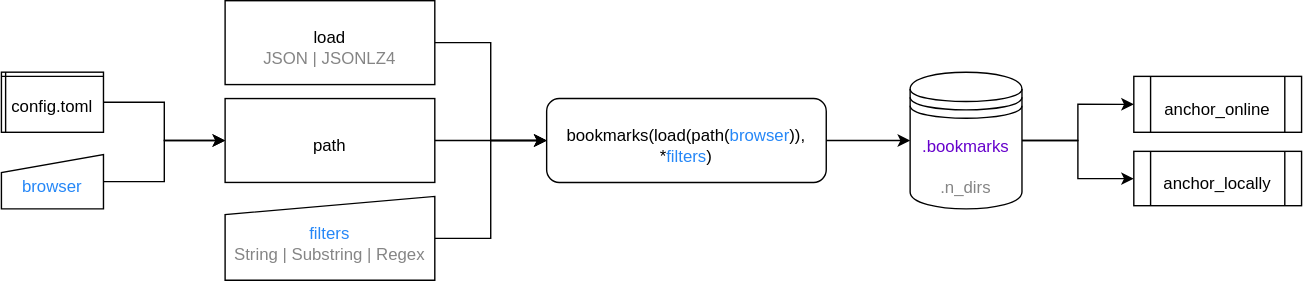
Before: docs/anchorage_flow.svg, a diagram exported from draw.io (alopezrivera/anchorage). Source tidied: cells renumbered, new cells last; positions are measured from the earlier drawing's top-left corner, leaving out a move shared by most shapes. Source of this version:
```xml
<mxGraphModel>
  <root>
    <mxCell id="0" />
    <mxCell id="1" parent="0" />
    <mxCell id="2" style="edgeStyle=orthogonalEdgeStyle;rounded=0;jettySize=auto;html=1;exitX=1;exitY=0.5;exitDx=0;exitDy=0;entryX=0;entryY=0.5;entryDx=0;entryDy=0;" parent="1" edge="1" source="3" target="16">
      <mxGeometry relative="1" as="geometry" />
    </mxCell>
    <mxCell id="3" value="bookmarks(load(path(&lt;font color=&quot;#2587f7&quot;&gt;browser&lt;/font&gt;)),&lt;br&gt;*&lt;font color=&quot;#2587f7&quot;&gt;filters&lt;/font&gt;)" style="rounded=1;whiteSpace=wrap;html=1;align=center;spacingTop=7;" parent="1" vertex="1">
      <mxGeometry x="390" y="70" width="200" height="60" as="geometry" />
    </mxCell>
    <mxCell id="4" style="edgeStyle=orthogonalEdgeStyle;rounded=0;jettySize=auto;html=1;exitX=1;exitY=0.5;exitDx=0;exitDy=0;entryX=0;entryY=0.5;entryDx=0;entryDy=0;" parent="1" edge="1" source="5" target="3">
      <mxGeometry relative="1" as="geometry" />
    </mxCell>
    <mxCell id="5" value="load&lt;br&gt;&lt;font color=&quot;#858585&quot;&gt;JSON | JSONLZ4&lt;/font&gt;" style="rounded=0;whiteSpace=wrap;html=1;spacingTop=7;" parent="1" vertex="1">
      <mxGeometry x="160" width="150" height="60" as="geometry" />
    </mxCell>
    <mxCell id="6" style="edgeStyle=orthogonalEdgeStyle;rounded=0;jettySize=auto;html=1;exitX=1;exitY=0.5;exitDx=0;exitDy=0;entryX=0;entryY=0.5;entryDx=0;entryDy=0;" parent="1" edge="1" source="7" target="3">
      <mxGeometry relative="1" as="geometry" />
    </mxCell>
    <mxCell id="7" value="path" style="rounded=0;whiteSpace=wrap;html=1;spacingTop=7;" parent="1" vertex="1">
      <mxGeometry x="160" y="70" width="150" height="60" as="geometry" />
    </mxCell>
    <mxCell id="8" style="edgeStyle=orthogonalEdgeStyle;rounded=0;jettySize=auto;html=1;exitX=1;exitY=0.5;exitDx=0;exitDy=0;entryX=0;entryY=0.5;entryDx=0;entryDy=0;" parent="1" edge="1" source="9" target="7">
      <mxGeometry relative="1" as="geometry" />
    </mxCell>
    <mxCell id="9" value="&lt;font color=&quot;#2587f7&quot;&gt;browser&lt;/font&gt;" style="shape=manualInput;whiteSpace=wrap;html=1;size=13;spacingTop=7;" parent="1" vertex="1">
      <mxGeometry y="110" width="73" height="38.9" as="geometry" />
    </mxCell>
    <mxCell id="10" style="edgeStyle=orthogonalEdgeStyle;rounded=0;jettySize=auto;html=1;exitX=1;exitY=0.5;exitDx=0;exitDy=0;entryX=0;entryY=0.5;entryDx=0;entryDy=0;" parent="1" edge="1" source="11" target="7">
      <mxGeometry relative="1" as="geometry" />
    </mxCell>
    <mxCell id="11" value="config.toml" style="shape=internalStorage;whiteSpace=wrap;html=1;backgroundOutline=1;dx=3;dy=3;align=center;spacingTop=7;" parent="1" vertex="1">
      <mxGeometry y="51.1" width="73" height="43" as="geometry" />
    </mxCell>
    <mxCell id="12" style="edgeStyle=orthogonalEdgeStyle;rounded=0;jettySize=auto;html=1;exitX=1;exitY=0.5;exitDx=0;exitDy=0;entryX=0;entryY=0.5;entryDx=0;entryDy=0;" parent="1" edge="1" source="13" target="3">
      <mxGeometry relative="1" as="geometry" />
    </mxCell>
    <mxCell id="13" value="&lt;span style=&quot;color: rgba(0 , 0 , 0 , 0) ; font-family: monospace ; font-size: 0px&quot;&gt;%3CmxGraphModel%3E%3Croot%3E%3CmxCell%20id%3D%220%22%2F%3E%3CmxCell%20id%3D%221%22%20parent%3D%220%22%2F%3E%3CmxCell%20id%3D%222%22%20value%3D%22%26lt%3Bfont%20color%3D%26quot%3B%232587f7%26quot%3B%26gt%3Bbrowser%26lt%3B%2Ffont%26gt%3B%22%20style%3D%22shape%3DmanualInput%3BwhiteSpace%3Dwrap%3Bhtml%3D1%3Bsize%3D13%3B%22%20vertex%3D%221%22%20parent%3D%221%22%3E%3CmxGeometry%20x%3D%2290%22%20y%3D%22313%22%20width%3D%2273%22%20height%3D%2250%22%20as%3D%22geometry%22%2F%3E%3C%2FmxCell%3E%3C%2Froot%3E%3C%2FmxGraphModel%&lt;/span&gt;&lt;font color=&quot;#2587f7&quot;&gt;&lt;span style=&quot;font-family: monospace ; font-size: 0px&quot;&gt;3E&lt;/span&gt;filters&lt;/font&gt;&lt;br&gt;&lt;font color=&quot;#858585&quot;&gt;String | Substring | Regex&lt;/font&gt;" style="shape=manualInput;whiteSpace=wrap;html=1;size=13;spacingTop=7;" parent="1" vertex="1">
      <mxGeometry x="160" y="140" width="150" height="60" as="geometry" />
    </mxCell>
    <mxCell id="14" style="edgeStyle=orthogonalEdgeStyle;rounded=0;jettySize=auto;html=1;exitX=1;exitY=0.5;exitDx=0;exitDy=0;" parent="1" edge="1" source="16" target="17">
      <mxGeometry relative="1" as="geometry" />
    </mxCell>
    <mxCell id="15" style="edgeStyle=orthogonalEdgeStyle;rounded=0;jettySize=auto;html=1;exitX=1;exitY=0.5;exitDx=0;exitDy=0;entryX=0;entryY=0.5;entryDx=0;entryDy=0;" parent="1" edge="1" source="16" target="18">
      <mxGeometry relative="1" as="geometry" />
    </mxCell>
    <mxCell id="16" value="&lt;font color=&quot;#6600cc&quot;&gt;.bookmarks&lt;/font&gt;&lt;br&gt;&lt;br&gt;&lt;font color=&quot;#858585&quot;&gt;.n_dirs&lt;/font&gt;" style="shape=datastore;whiteSpace=wrap;html=1;align=center;spacingTop=7;" parent="1" vertex="1">
      <mxGeometry x="650" y="51.1" width="80" height="97.8" as="geometry" />
    </mxCell>
    <mxCell id="17" value="anchor_locally" style="shape=process;whiteSpace=wrap;html=1;backgroundOutline=1;spacingTop=7;" parent="1" vertex="1">
      <mxGeometry x="810" y="107.8" width="120" height="38.9" as="geometry" />
    </mxCell>
    <mxCell id="18" value="anchor_online" style="shape=process;whiteSpace=wrap;html=1;backgroundOutline=1;spacingTop=7;" parent="1" vertex="1">
      <mxGeometry x="810" y="54.1" width="120" height="40" as="geometry" />
    </mxCell>
  </root>
</mxGraphModel>
```
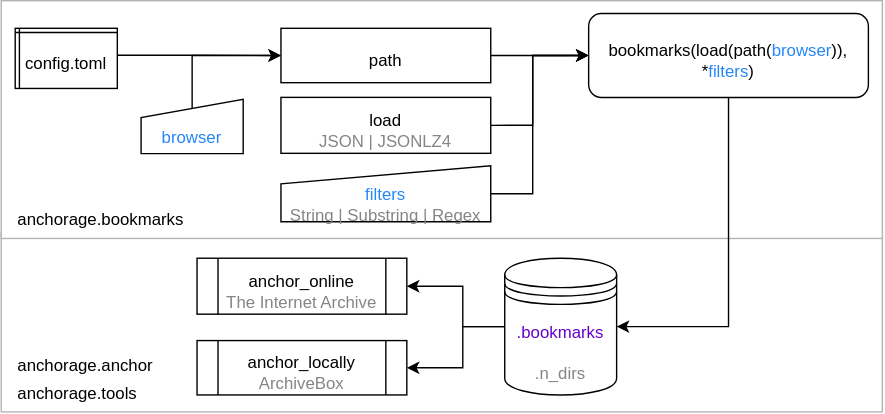
The same file after the commit.

What changed in the source:
```diff
@@ -2,56 +2,100 @@
   <root>
     <mxCell id="0" />
     <mxCell id="1" parent="0" />
+    <mxCell id="19" style="rounded=0;whiteSpace=wrap;html=1;fontColor=#828282;align=left;strokeColor=#B3B3B3;" parent="1" vertex="1">
+      <mxGeometry x="-60" y="148" width="630" height="128" as="geometry" />
+    </mxCell>
+    <mxCell id="20" style="rounded=0;whiteSpace=wrap;html=1;fontColor=#828282;align=left;strokeColor=#B3B3B3;" parent="1" vertex="1">
+      <mxGeometry x="-60" y="-18" width="630" height="170" as="geometry" />
+    </mxCell>
-    <mxCell id="2" style="edgeStyle=orthogonalEdgeStyle;rounded=0;jettySize=auto;html=1;exitX=1;exitY=0.5;exitDx=0;exitDy=0;entryX=0;entryY=0.5;entryDx=0;entryDy=0;" parent="1" edge="1" source="3" target="16">
+    <mxCell id="2" style="edgeStyle=orthogonalEdgeStyle;rounded=0;jettySize=auto;html=1;exitX=0.5;exitY=1;exitDx=0;exitDy=0;entryX=1;entryY=0.5;entryDx=0;entryDy=0;fontColor=#828282;" parent="1" edge="1" source="3" target="16">
       <mxGeometry relative="1" as="geometry" />
     </mxCell>
     <mxCell id="3" value="bookmarks(load(path(&lt;font color=&quot;#2587f7&quot;&gt;browser&lt;/font&gt;)),&lt;br&gt;*&lt;font color=&quot;#2587f7&quot;&gt;filters&lt;/font&gt;)" style="rounded=1;whiteSpace=wrap;html=1;align=center;spacingTop=7;" parent="1" vertex="1">
-      <mxGeometry x="390" y="70" width="200" height="60" as="geometry" />
+      <mxGeometry x="360" y="-8.8" width="200" height="60" as="geometry" />
     </mxCell>
     <mxCell id="4" style="edgeStyle=orthogonalEdgeStyle;rounded=0;jettySize=auto;html=1;exitX=1;exitY=0.5;exitDx=0;exitDy=0;entryX=0;entryY=0.5;entryDx=0;entryDy=0;" parent="1" edge="1" source="5" target="3">
-      <mxGeometry relative="1" as="geometry" />
+      <mxGeometry relative="1" as="geometry">
+        <Array as="points">
+          <mxPoint x="320" y="71" />
+          <mxPoint x="320" y="21" />
+        </Array>
+      </mxGeometry>
     </mxCell>
     <mxCell id="5" value="load&lt;br&gt;&lt;font color=&quot;#858585&quot;&gt;JSON | JSONLZ4&lt;/font&gt;" style="rounded=0;whiteSpace=wrap;html=1;spacingTop=7;" parent="1" vertex="1">
-      <mxGeometry x="160" width="150" height="60" as="geometry" />
+      <mxGeometry x="140" y="51.1" width="150" height="40" as="geometry" />
     </mxCell>
     <mxCell id="6" style="edgeStyle=orthogonalEdgeStyle;rounded=0;jettySize=auto;html=1;exitX=1;exitY=0.5;exitDx=0;exitDy=0;entryX=0;entryY=0.5;entryDx=0;entryDy=0;" parent="1" edge="1" source="7" target="3">
       <mxGeometry relative="1" as="geometry" />
     </mxCell>
     <mxCell id="7" value="path" style="rounded=0;whiteSpace=wrap;html=1;spacingTop=7;" parent="1" vertex="1">
-      <mxGeometry x="160" y="70" width="150" height="60" as="geometry" />
+      <mxGeometry x="140" y="1.7" width="150" height="38.9" as="geometry" />
     </mxCell>
-    <mxCell id="8" style="edgeStyle=orthogonalEdgeStyle;rounded=0;jettySize=auto;html=1;exitX=1;exitY=0.5;exitDx=0;exitDy=0;entryX=0;entryY=0.5;entryDx=0;entryDy=0;" parent="1" edge="1" source="9" target="7">
-      <mxGeometry relative="1" as="geometry" />
+    <mxCell id="8" style="edgeStyle=orthogonalEdgeStyle;rounded=0;jettySize=auto;html=1;exitX=0.5;exitY=1;exitDx=0;exitDy=0;entryX=0;entryY=0.5;entryDx=0;entryDy=0;" parent="1" edge="1" source="9" target="7">
+      <mxGeometry relative="1" as="geometry">
+        <Array as="points">
+          <mxPoint x="77" y="21" />
+        </Array>
+      </mxGeometry>
     </mxCell>
-    <mxCell id="9" value="&lt;font color=&quot;#2587f7&quot;&gt;browser&lt;/font&gt;" style="shape=manualInput;whiteSpace=wrap;html=1;size=13;spacingTop=7;" parent="1" vertex="1">
-      <mxGeometry y="110" width="73" height="38.9" as="geometry" />
+    <mxCell id="9" value="&lt;font color=&quot;#2587f7&quot;&gt;browser&lt;/font&gt;" style="shape=manualInput;whiteSpace=wrap;html=1;size=13;spacingTop=16;" parent="1" vertex="1">
+      <mxGeometry x="40" y="52.5" width="73" height="38.9" as="geometry" />
     </mxCell>
-    <mxCell id="10" style="edgeStyle=orthogonalEdgeStyle;rounded=0;jettySize=auto;html=1;exitX=1;exitY=0.5;exitDx=0;exitDy=0;entryX=0;entryY=0.5;entryDx=0;entryDy=0;" parent="1" edge="1" source="11" target="7">
-      <mxGeometry relative="1" as="geometry" />
+    <mxCell id="10" style="edgeStyle=orthogonalEdgeStyle;rounded=0;jettySize=auto;html=1;exitX=1;exitY=0.5;exitDx=0;exitDy=0;entryX=0;entryY=0.5;entryDx=0;entryDy=0;fontColor=#828282;" parent="1" edge="1" source="11" target="7">
+      <mxGeometry relative="1" as="geometry">
+        <Array as="points">
+          <mxPoint x="23" y="21" />
+          <mxPoint x="82" y="21" />
+        </Array>
+      </mxGeometry>
     </mxCell>
     <mxCell id="11" value="config.toml" style="shape=internalStorage;whiteSpace=wrap;html=1;backgroundOutline=1;dx=3;dy=3;align=center;spacingTop=7;" parent="1" vertex="1">
-      <mxGeometry y="51.1" width="73" height="43" as="geometry" />
+      <mxGeometry x="-50" y="1.7" width="73" height="43" as="geometry" />
     </mxCell>
     <mxCell id="12" style="edgeStyle=orthogonalEdgeStyle;rounded=0;jettySize=auto;html=1;exitX=1;exitY=0.5;exitDx=0;exitDy=0;entryX=0;entryY=0.5;entryDx=0;entryDy=0;" parent="1" edge="1" source="13" target="3">
-      <mxGeometry relative="1" as="geometry" />
+      <mxGeometry relative="1" as="geometry">
+        <Array as="points">
+          <mxPoint x="320" y="120" />
+          <mxPoint x="320" y="21" />
+        </Array>
+      </mxGeometry>
     </mxCell>
-    <mxCell id="13" value="&lt;span style=&quot;color: rgba(0 , 0 , 0 , 0) ; font-family: monospace ; font-size: 0px&quot;&gt;%3CmxGraphModel%3E%3Croot%3E%3CmxCell%20id%3D%220%22%2F%3E%3CmxCell%20id%3D%221%22%20parent%3D%220%22%2F%3E%3CmxCell%20id%3D%222%22%20value%3D%22%26lt%3Bfont%20color%3D%26quot%3B%232587f7%26quot%3B%26gt%3Bbrowser%26lt%3B%2Ffont%26gt%3B%22%20style%3D%22shape%3DmanualInput%3BwhiteSpace%3Dwrap%3Bhtml%3D1%3Bsize%3D13%3B%22%20vertex%3D%221%22%20parent%3D%221%22%3E%3CmxGeometry%20x%3D%2290%22%20y%3D%22313%22%20width%3D%2273%22%20height%3D%2250%22%20as%3D%22geometry%22%2F%3E%3C%2FmxCell%3E%3C%2Froot%3E%3C%2FmxGraphModel%&lt;/span&gt;&lt;font color=&quot;#2587f7&quot;&gt;&lt;span style=&quot;font-family: monospace ; font-size: 0px&quot;&gt;3E&lt;/span&gt;filters&lt;/font&gt;&lt;br&gt;&lt;font color=&quot;#858585&quot;&gt;String | Substring | Regex&lt;/font&gt;" style="shape=manualInput;whiteSpace=wrap;html=1;size=13;spacingTop=7;" parent="1" vertex="1">
-      <mxGeometry x="160" y="140" width="150" height="60" as="geometry" />
+    <mxCell id="13" value="&lt;span style=&quot;color: rgba(0 , 0 , 0 , 0) ; font-family: monospace ; font-size: 0px&quot;&gt;%3CmxGraphModel%3E%3Croot%3E%3CmxCell%20id%3D%220%22%2F%3E%3CmxCell%20id%3D%221%22%20parent%3D%220%22%2F%3E%3CmxCell%20id%3D%222%22%20value%3D%22%26lt%3Bfont%20color%3D%26quot%3B%232587f7%26quot%3B%26gt%3Bbrowser%26lt%3B%2Ffont%26gt%3B%22%20style%3D%22shape%3DmanualInput%3BwhiteSpace%3Dwrap%3Bhtml%3D1%3Bsize%3D13%3B%22%20vertex%3D%221%22%20parent%3D%221%22%3E%3CmxGeometry%20x%3D%2290%22%20y%3D%22313%22%20width%3D%2273%22%20height%3D%2250%22%20as%3D%22geometry%22%2F%3E%3C%2FmxCell%3E%3C%2Froot%3E%3C%2FmxGraphModel%&lt;/span&gt;&lt;font color=&quot;#2587f7&quot;&gt;&lt;span style=&quot;font-family: monospace ; font-size: 0px&quot;&gt;3E&lt;/span&gt;filters&lt;/font&gt;&lt;br&gt;&lt;font color=&quot;#858585&quot;&gt;String | Substring | Regex&lt;/font&gt;" style="shape=manualInput;whiteSpace=wrap;html=1;size=13;spacingTop=16;" parent="1" vertex="1">
+      <mxGeometry x="140" y="100" width="150" height="40" as="geometry" />
     </mxCell>
+    <mxCell id="15" style="edgeStyle=orthogonalEdgeStyle;rounded=0;jettySize=auto;html=1;exitX=0;exitY=0.5;exitDx=0;exitDy=0;entryX=1;entryY=0.5;entryDx=0;entryDy=0;fontColor=#828282;" parent="1" edge="1" source="16" target="18">
+      <mxGeometry relative="1" as="geometry">
+        <Array as="points">
+          <mxPoint x="270" y="215.1" />
+          <mxPoint x="270" y="186.1" />
+        </Array>
+      </mxGeometry>
+    </mxCell>
-    <mxCell id="14" style="edgeStyle=orthogonalEdgeStyle;rounded=0;jettySize=auto;html=1;exitX=1;exitY=0.5;exitDx=0;exitDy=0;" parent="1" edge="1" source="16" target="17">
-      <mxGeometry relative="1" as="geometry" />
+    <mxCell id="14" style="edgeStyle=orthogonalEdgeStyle;rounded=0;jettySize=auto;html=1;exitX=0;exitY=0.5;exitDx=0;exitDy=0;entryX=1;entryY=0.5;entryDx=0;entryDy=0;fontColor=#828282;" parent="1" edge="1" source="16" target="17">
+      <mxGeometry relative="1" as="geometry">
+        <Array as="points">
+          <mxPoint x="270" y="215.1" />
+          <mxPoint x="270" y="244.1" />
+        </Array>
+      </mxGeometry>
     </mxCell>
-    <mxCell id="15" style="edgeStyle=orthogonalEdgeStyle;rounded=0;jettySize=auto;html=1;exitX=1;exitY=0.5;exitDx=0;exitDy=0;entryX=0;entryY=0.5;entryDx=0;entryDy=0;" parent="1" edge="1" source="16" target="18">
-      <mxGeometry relative="1" as="geometry" />
-    </mxCell>
     <mxCell id="16" value="&lt;font color=&quot;#6600cc&quot;&gt;.bookmarks&lt;/font&gt;&lt;br&gt;&lt;br&gt;&lt;font color=&quot;#858585&quot;&gt;.n_dirs&lt;/font&gt;" style="shape=datastore;whiteSpace=wrap;html=1;align=center;spacingTop=7;" parent="1" vertex="1">
-      <mxGeometry x="650" y="51.1" width="80" height="97.8" as="geometry" />
+      <mxGeometry x="300" y="166.1" width="80" height="97.8" as="geometry" />
     </mxCell>
-    <mxCell id="17" value="anchor_locally" style="shape=process;whiteSpace=wrap;html=1;backgroundOutline=1;spacingTop=7;" parent="1" vertex="1">
-      <mxGeometry x="810" y="107.8" width="120" height="38.9" as="geometry" />
+    <mxCell id="17" value="anchor_locally&lt;br&gt;&lt;font color=&quot;#858585&quot;&gt;ArchiveBox&lt;/font&gt;" style="shape=process;whiteSpace=wrap;html=1;backgroundOutline=1;spacingTop=7;" parent="1" vertex="1">
+      <mxGeometry x="80" y="225" width="150" height="38.9" as="geometry" />
     </mxCell>
-    <mxCell id="18" value="anchor_online" style="shape=process;whiteSpace=wrap;html=1;backgroundOutline=1;spacingTop=7;" parent="1" vertex="1">
-      <mxGeometry x="810" y="54.1" width="120" height="40" as="geometry" />
+    <mxCell id="18" value="anchor_online&lt;br&gt;&lt;font color=&quot;#858585&quot;&gt;The Internet Archive&lt;/font&gt;" style="shape=process;whiteSpace=wrap;html=1;backgroundOutline=1;spacingTop=7;" parent="1" vertex="1">
+      <mxGeometry x="80" y="166.1" width="150" height="40" as="geometry" />
     </mxCell>
+    <mxCell id="21" value="&lt;span&gt;anchorage.bookmarks&lt;/span&gt;" style="text;html=1;align=left;verticalAlign=middle;whiteSpace=wrap;rounded=0;fontStyle=0;" parent="1" vertex="1">
+      <mxGeometry x="-50" y="129" width="140" height="20" as="geometry" />
+    </mxCell>
+    <mxCell id="22" value="&lt;span&gt;anchorage.anchor&lt;/span&gt;" style="text;html=1;strokeColor=none;fillColor=none;align=left;verticalAlign=middle;whiteSpace=wrap;rounded=0;fontStyle=0;" parent="1" vertex="1">
+      <mxGeometry x="-50" y="232.9" width="130" height="20" as="geometry" />
+    </mxCell>
+    <mxCell id="23" value="&lt;span&gt;anchorage.tools&lt;/span&gt;" style="text;html=1;strokeColor=none;fillColor=none;align=left;verticalAlign=middle;whiteSpace=wrap;rounded=0;fontStyle=0;" parent="1" vertex="1">
+      <mxGeometry x="-50" y="252.9" width="130" height="20" as="geometry" />
+    </mxCell>
   </root>
 </mxGraphModel>
```
